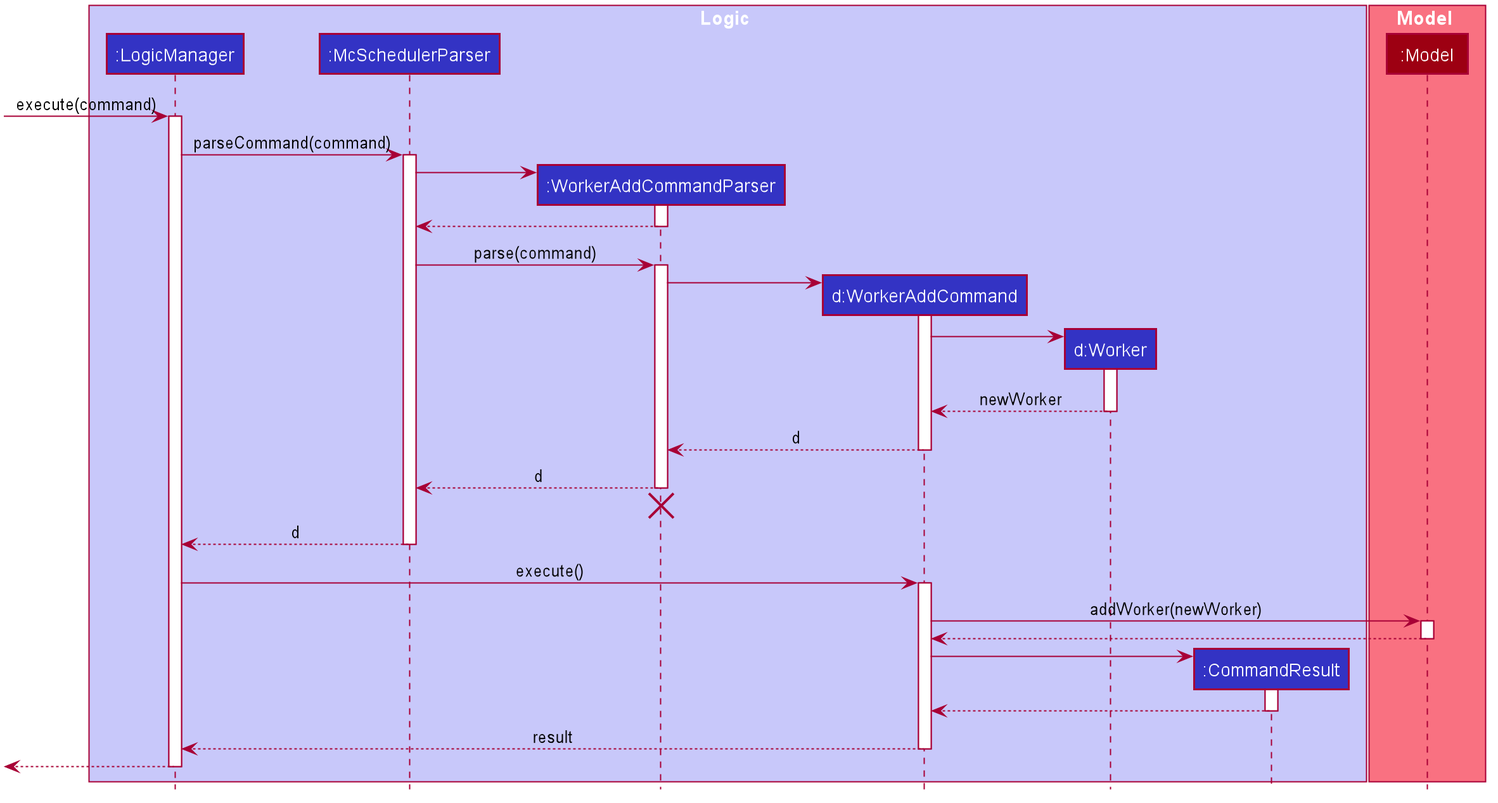
Before: docs/images/AddWorkerSequenceDiagram.png, a diagram exported from PlantUML (wakululuu/tp).
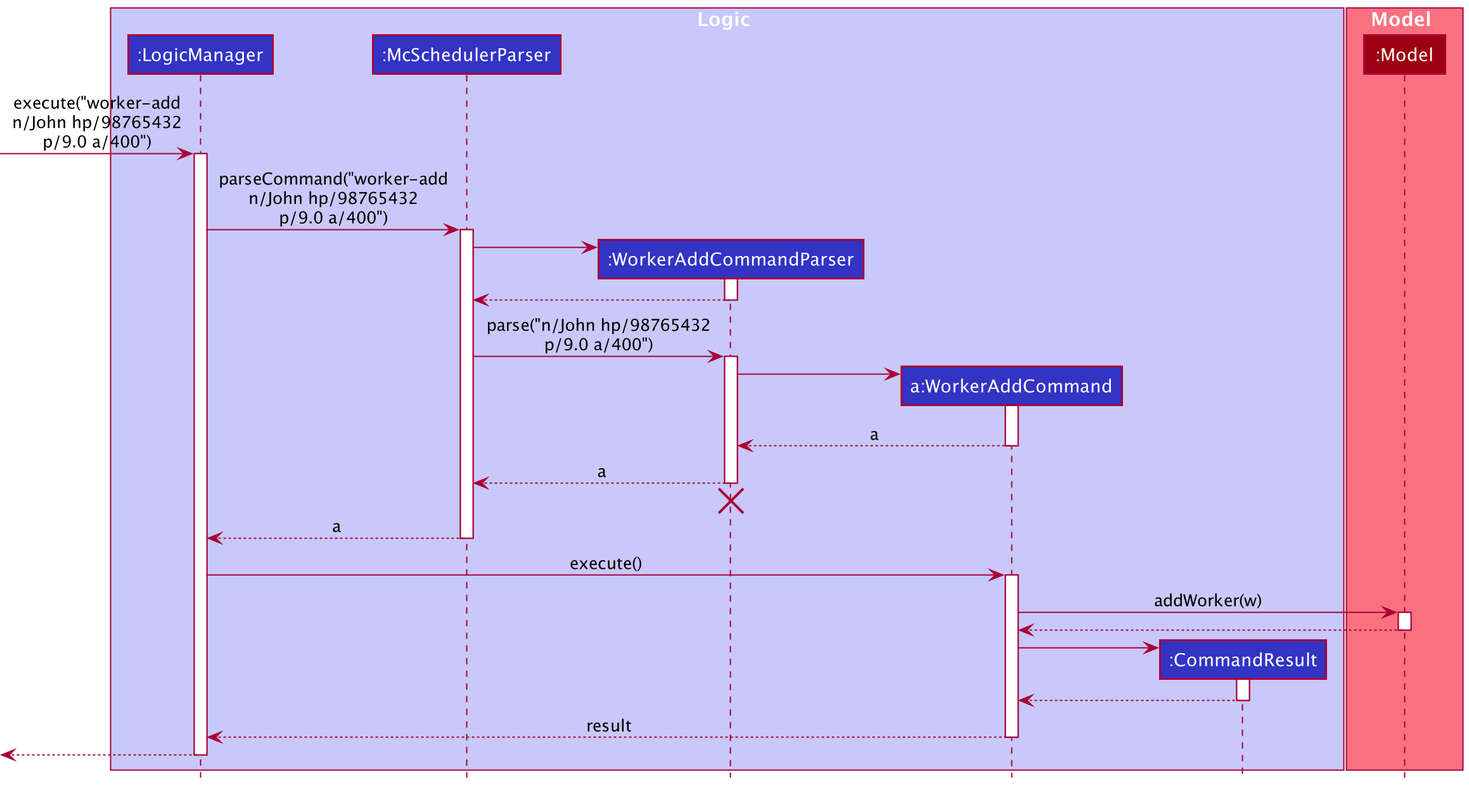
After the commit.

Diff of the diagram source:
```diff
@@ -1,72 +1,22 @@
 @startuml
+!include style.puml
 
-
-
-
-
-
-
-
-skinparam BackgroundColor #FFFFFFF
-
-skinparam Shadowing false
-
-skinparam Class {
-    FontColor #FFFFFF
-    BorderThickness 1
-    BorderColor #FFFFFF
-    StereotypeFontColor #FFFFFF
-    FontName Arial
-    AttributeFontColor #FFFFFF
-    AttributeFontName Arial
-}
-
-skinparam Actor {
-    BorderColor #000000
-    Color #000000
-    FontName Arial
-}
-
-skinparam Sequence {
-    MessageAlign center
-    BoxFontSize 15
-    BoxPadding 0
-    BoxFontColor #FFFFFF
-    FontName Arial
-}
-
-skinparam Participant {
-    FontColor #FFFFFFF
-    Padding 20
-}
-
-skinparam MinClassWidth 50
-skinparam ParticipantPadding 10
-skinparam Shadowing false
-skinparam DefaultTextAlignment center
-skinparam packageStyle Rectangle
-
-hide footbox
-hide empty members
-hide circle
-
-box Logic #C8C8FA
-participant ":LogicManager" as LogicManager #3333C4
-participant ":McSchedulerParser" as McSchedulerParser #3333C4
-participant ":WorkerAddCommandParser" as WorkerAddCommandParser #3333C4
-participant "d:WorkerAddCommand" as WorkerAddCommand #3333C4
-participant "d:Worker" as Worker #3333C4
-participant ":CommandResult" as CommandResult #3333C4
+box Logic LOGIC_COLOR_T1
+participant ":LogicManager" as LogicManager LOGIC_COLOR
+participant ":McSchedulerParser" as McSchedulerParser LOGIC_COLOR
+participant ":WorkerAddCommandParser" as WorkerAddCommandParser LOGIC_COLOR
+participant "a:WorkerAddCommand" as WorkerAddCommand LOGIC_COLOR
+participant ":CommandResult" as CommandResult LOGIC_COLOR
 end box
 
-box Model #F97181
-participant ":Model" as Model #9D0012
+box Model MODEL_COLOR_T1
+participant ":Model" as Model MODEL_COLOR
 end box
 
-[-> LogicManager : execute(command)
+[-> LogicManager : execute("worker-add\nn/John hp/98765432\np/9.0 a/400")
 activate LogicManager
 
-LogicManager -> McSchedulerParser : parseCommand(command)
+LogicManager -> McSchedulerParser : parseCommand("worker-add\nn/John hp/98765432\np/9.0 a/400")
 activate McSchedulerParser
 
 create WorkerAddCommandParser
@@ -76,34 +26,28 @@
 WorkerAddCommandParser --> McSchedulerParser
 deactivate WorkerAddCommandParser
 
-McSchedulerParser -> WorkerAddCommandParser : parse(command)
+McSchedulerParser -> WorkerAddCommandParser : parse("n/John hp/98765432\np/9.0 a/400")
 activate WorkerAddCommandParser
 
 create WorkerAddCommand
 WorkerAddCommandParser -> WorkerAddCommand
 activate WorkerAddCommand
 
-create Worker
-WorkerAddCommand -> Worker
-activate Worker
-return newWorker
-deactivate Worker
-
-WorkerAddCommand --> WorkerAddCommandParser : d
+WorkerAddCommand --> WorkerAddCommandParser : a
 deactivate WorkerAddCommand
 
-WorkerAddCommandParser --> McSchedulerParser : d
+WorkerAddCommandParser --> McSchedulerParser : a
 deactivate WorkerAddCommandParser
 WorkerAddCommandParser -[hidden]-> McSchedulerParser
 destroy WorkerAddCommandParser
 
-McSchedulerParser --> LogicManager : d
+McSchedulerParser --> LogicManager : a
 deactivate McSchedulerParser
 
 LogicManager -> WorkerAddCommand : execute()
 activate WorkerAddCommand
 
-WorkerAddCommand -> Model : addWorker(newWorker)
+WorkerAddCommand -> Model : addWorker(w)
 activate Model
 
 Model --> WorkerAddCommand
```
